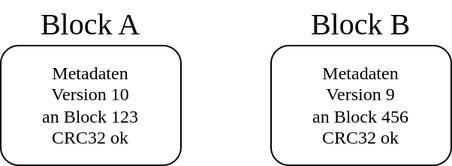
miko8278/stm32-SPI-SD-card keeps this draw.io diagram as LaTeX/Bilder_Diagramme/littlefsmetadata.png. Above is the earlier version. Source tidied: cells renumbered, new cells last; positions are measured from the earlier drawing's top-left corner, leaving out a move shared by most shapes. Its diagram source:
```xml
<mxGraphModel>
  <root>
    <mxCell id="0" />
    <mxCell id="1" parent="0" />
    <mxCell id="2" value="Metadaten&lt;br&gt;Version 10&lt;br&gt;an Block 123&lt;br&gt;CRC32 ok" style="rounded=1;whiteSpace=wrap;html=1;fontFamily=Verdana;" parent="1" vertex="1">
      <mxGeometry y="30" width="120" height="80" as="geometry" />
    </mxCell>
    <mxCell id="3" value="Metadaten&lt;br style=&quot;border-color: var(--border-color);&quot;&gt;Version 9&lt;br&gt;an Block 456&lt;br style=&quot;border-color: var(--border-color);&quot;&gt;CRC32 ok" style="rounded=1;whiteSpace=wrap;html=1;fontFamily=Verdana;" parent="1" vertex="1">
      <mxGeometry x="180" y="30" width="120" height="80" as="geometry" />
    </mxCell>
    <mxCell id="4" value="Block A" style="text;html=1;strokeColor=none;fillColor=none;align=center;verticalAlign=middle;whiteSpace=wrap;rounded=0;fontFamily=Verdana;fontSize=20;" parent="1" vertex="1">
      <mxGeometry x="5" width="110" height="30" as="geometry" />
    </mxCell>
    <mxCell id="5" value="Block B" style="text;html=1;strokeColor=none;fillColor=none;align=center;verticalAlign=middle;whiteSpace=wrap;rounded=0;fontFamily=Verdana;fontSize=20;" parent="1" vertex="1">
      <mxGeometry x="185" width="110" height="30" as="geometry" />
    </mxCell>
  </root>
</mxGraphModel>
```
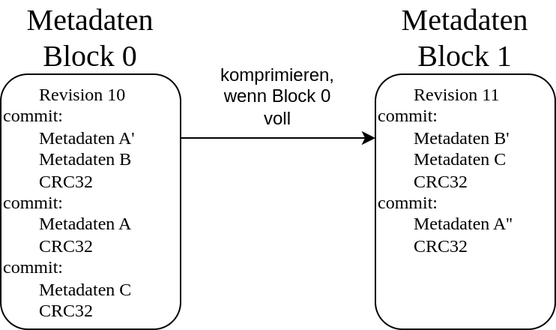
After the change.

Diff of the diagram source:
```diff
@@ -2,17 +2,23 @@
   <root>
     <mxCell id="0" />
     <mxCell id="1" parent="0" />
+    <mxCell id="6" style="edgeStyle=orthogonalEdgeStyle;rounded=0;jettySize=auto;html=1;exitX=1;exitY=0.25;exitDx=0;exitDy=0;entryX=0;entryY=0.25;entryDx=0;entryDy=0;" parent="1" edge="1" source="2" target="3">
+      <mxGeometry relative="1" as="geometry" />
+    </mxCell>
-    <mxCell id="2" value="Metadaten&lt;br&gt;Version 10&lt;br&gt;an Block 123&lt;br&gt;CRC32 ok" style="rounded=1;whiteSpace=wrap;html=1;fontFamily=Verdana;" parent="1" vertex="1">
-      <mxGeometry y="30" width="120" height="80" as="geometry" />
+    <mxCell id="2" value="&lt;span style=&quot;white-space: pre;&quot;&gt;&#9;&lt;/span&gt;Revision 10&lt;br&gt;commit:&lt;br&gt;&lt;span style=&quot;white-space: pre;&quot;&gt;&#9;&lt;/span&gt;Metadaten A'&lt;br&gt;&lt;span style=&quot;white-space: pre;&quot;&gt;&#9;&lt;/span&gt;Metadaten B&lt;br&gt;&lt;span style=&quot;white-space: pre;&quot;&gt;&#9;&lt;/span&gt;CRC32&amp;nbsp;&lt;br&gt;commit:&lt;br&gt;&lt;span style=&quot;white-space: pre;&quot;&gt;&#9;&lt;/span&gt;Metadaten A&lt;br&gt;&lt;span style=&quot;white-space: pre;&quot;&gt;&#9;&lt;/span&gt;CRC32&lt;br&gt;commit:&lt;br&gt;&lt;span style=&quot;white-space: pre;&quot;&gt;&#9;&lt;/span&gt;Metadaten C&lt;br&gt;&lt;span style=&quot;white-space: pre;&quot;&gt;&#9;&lt;/span&gt;CRC32" style="rounded=1;whiteSpace=wrap;html=1;fontFamily=Verdana;align=left;verticalAlign=top;" parent="1" vertex="1">
+      <mxGeometry x="-70" y="40" width="120" height="170" as="geometry" />
     </mxCell>
-    <mxCell id="3" value="Metadaten&lt;br style=&quot;border-color: var(--border-color);&quot;&gt;Version 9&lt;br&gt;an Block 456&lt;br style=&quot;border-color: var(--border-color);&quot;&gt;CRC32 ok" style="rounded=1;whiteSpace=wrap;html=1;fontFamily=Verdana;" parent="1" vertex="1">
-      <mxGeometry x="180" y="30" width="120" height="80" as="geometry" />
+    <mxCell id="3" value="&lt;span style=&quot;white-space: pre;&quot;&gt;&#9;&lt;/span&gt;Revision 11&lt;br&gt;commit:&lt;br style=&quot;border-color: var(--border-color);&quot;&gt;&#9;&lt;span style=&quot;white-space: pre;&quot;&gt;&#9;&lt;/span&gt;Metadaten B'&lt;br style=&quot;border-color: var(--border-color);&quot;&gt;&lt;span style=&quot;border-color: var(--border-color);&quot;&gt;&lt;span style=&quot;white-space: pre;&quot;&gt;&amp;nbsp;&amp;nbsp;&amp;nbsp;&amp;nbsp;&lt;span style=&quot;white-space: pre;&quot;&gt;&#9;&lt;/span&gt;&lt;/span&gt;&lt;/span&gt;Metadaten C&lt;br style=&quot;border-color: var(--border-color);&quot;&gt;&lt;span style=&quot;border-color: var(--border-color);&quot;&gt;&lt;span style=&quot;white-space: pre;&quot;&gt;&amp;nbsp;&amp;nbsp;&amp;nbsp;&amp;nbsp;&lt;span style=&quot;white-space: pre;&quot;&gt;&#9;&lt;/span&gt;&lt;/span&gt;&lt;/span&gt;CRC32&amp;nbsp;&lt;br style=&quot;border-color: var(--border-color);&quot;&gt;commit:&lt;br style=&quot;border-color: var(--border-color);&quot;&gt;&lt;span style=&quot;border-color: var(--border-color);&quot;&gt;&lt;span style=&quot;white-space: pre;&quot;&gt;&amp;nbsp;&amp;nbsp;&amp;nbsp;&amp;nbsp;&lt;span style=&quot;white-space: pre;&quot;&gt;&#9;&lt;/span&gt;&lt;/span&gt;&lt;/span&gt;Metadaten A''&lt;br style=&quot;border-color: var(--border-color);&quot;&gt;&lt;span style=&quot;border-color: var(--border-color);&quot;&gt;&lt;span style=&quot;white-space: pre;&quot;&gt;&amp;nbsp;&amp;nbsp;&amp;nbsp;&amp;nbsp;&lt;span style=&quot;white-space: pre;&quot;&gt;&#9;&lt;/span&gt;&lt;/span&gt;&lt;/span&gt;CRC32" style="rounded=1;whiteSpace=wrap;html=1;fontFamily=Verdana;align=left;verticalAlign=top;" parent="1" vertex="1">
+      <mxGeometry x="180" y="40" width="120" height="170" as="geometry" />
     </mxCell>
-    <mxCell id="4" value="Block A" style="text;html=1;strokeColor=none;fillColor=none;align=center;verticalAlign=middle;whiteSpace=wrap;rounded=0;fontFamily=Verdana;fontSize=20;" parent="1" vertex="1">
-      <mxGeometry x="5" width="110" height="30" as="geometry" />
+    <mxCell id="4" value="Metadaten&lt;br&gt;Block 0&lt;br&gt;" style="text;html=1;strokeColor=none;fillColor=none;align=center;verticalAlign=middle;whiteSpace=wrap;rounded=0;fontFamily=Verdana;fontSize=20;" parent="1" vertex="1">
+      <mxGeometry x="-65" width="110" height="30" as="geometry" />
     </mxCell>
-    <mxCell id="5" value="Block B" style="text;html=1;strokeColor=none;fillColor=none;align=center;verticalAlign=middle;whiteSpace=wrap;rounded=0;fontFamily=Verdana;fontSize=20;" parent="1" vertex="1">
+    <mxCell id="5" value="Metadaten&lt;br&gt;Block 1&lt;br&gt;" style="text;html=1;strokeColor=none;fillColor=none;align=center;verticalAlign=middle;whiteSpace=wrap;rounded=0;fontFamily=Verdana;fontSize=20;" parent="1" vertex="1">
       <mxGeometry x="185" width="110" height="30" as="geometry" />
     </mxCell>
+    <mxCell id="7" value="komprimieren,&lt;br&gt;wenn Block 0 voll" style="text;html=1;strokeColor=none;fillColor=none;align=center;verticalAlign=middle;whiteSpace=wrap;rounded=0;" parent="1" vertex="1">
+      <mxGeometry x="70" y="50" width="90" height="10" as="geometry" />
+    </mxCell>
   </root>
 </mxGraphModel>
```
